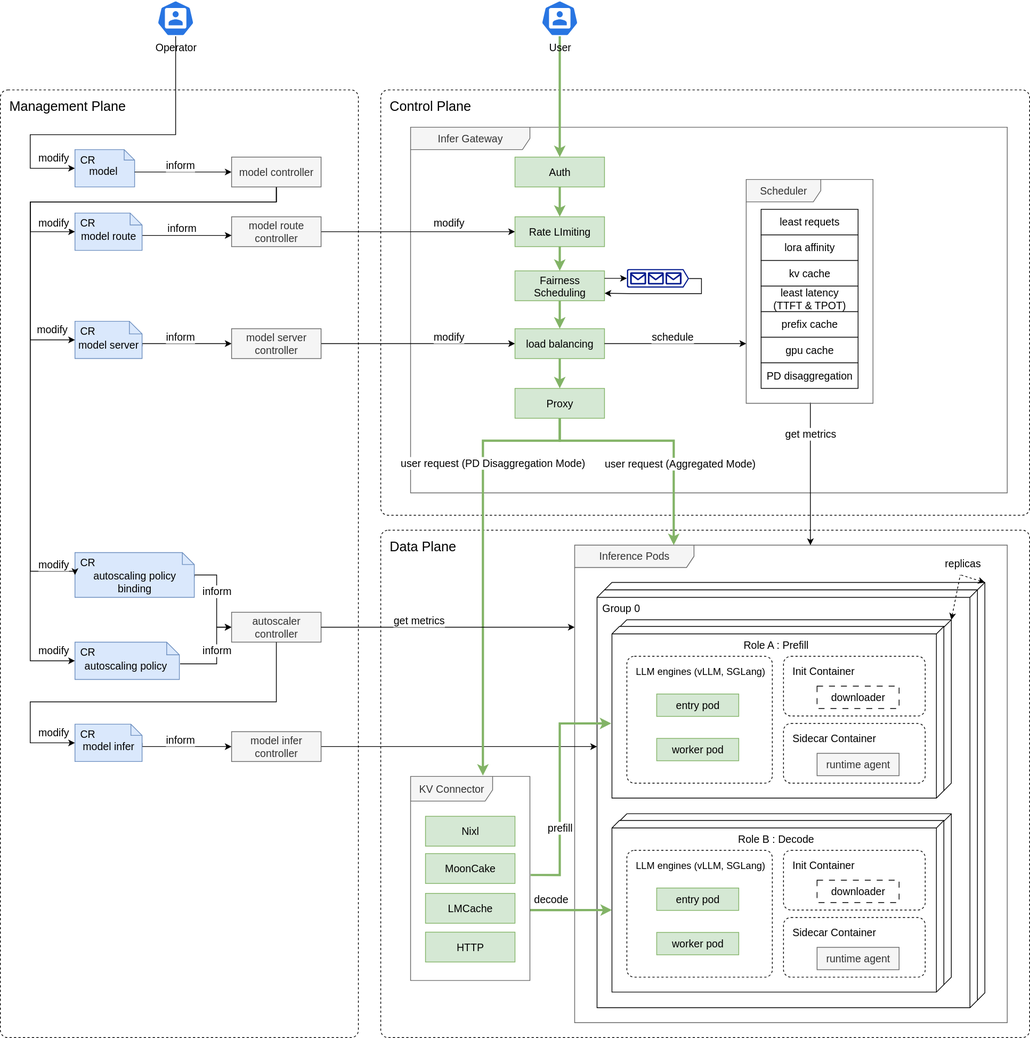
Before: docs/matrixinfer/static/img/diagrams/architecture/architecture_overview.svg, a diagram exported from draw.io (matrixinfer-ai/kthena). Source tidied: cells renumbered, new cells last; positions are measured from the earlier drawing's top-left corner, leaving out a move shared by most shapes.
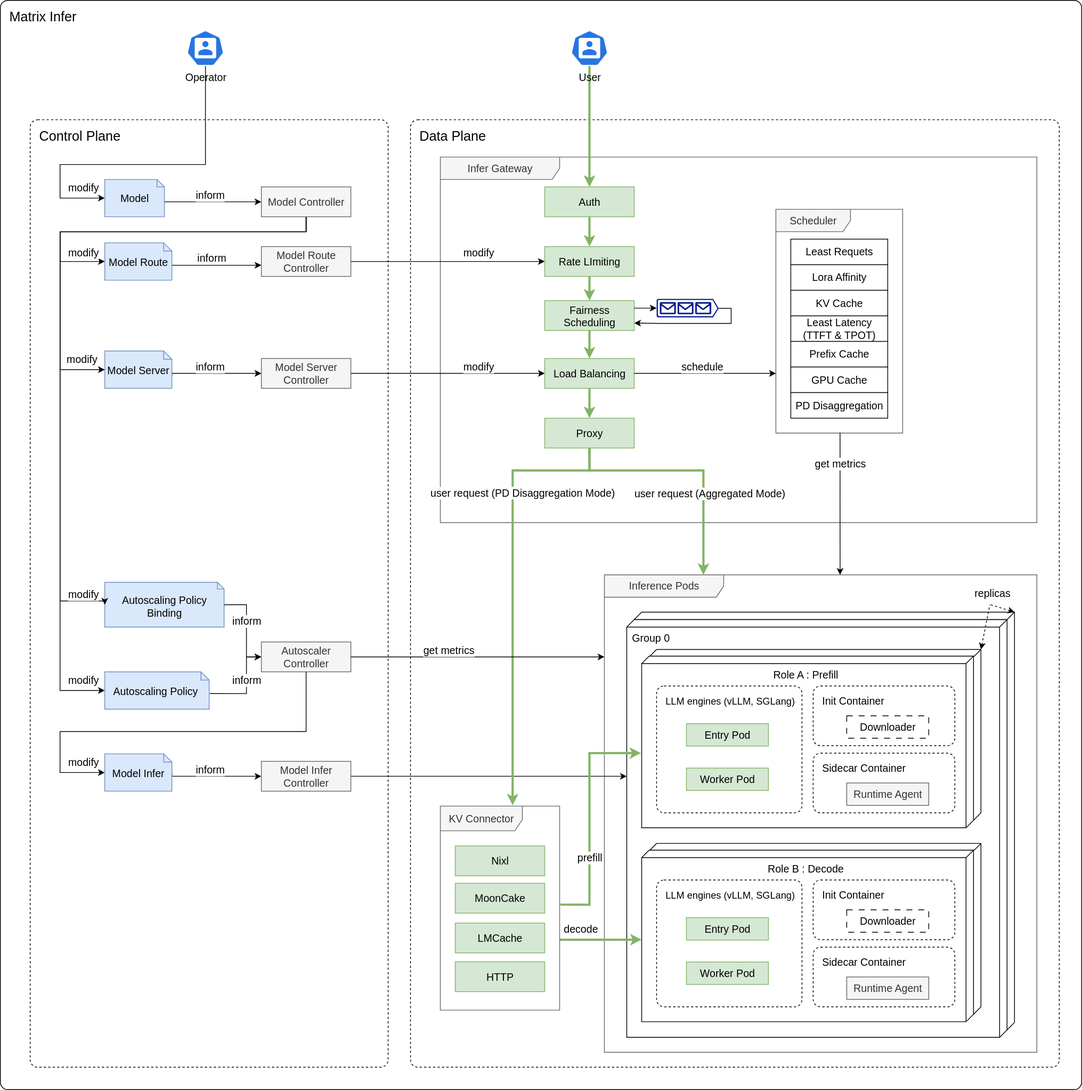
The same diagram one commit later.

Commit message:
camel case for diagram

Change to the diagram source:
```diff
@@ -4,8 +4,11 @@
     <mxCell id="1" parent="0" />
+    <mxCell id="121" value="&lt;font style=&quot;font-size: 18px;&quot;&gt;Matrix Infer&lt;/font&gt;" style="rounded=1;absoluteArcSize=1;arcSize=20;html=1;verticalAlign=top;align=left;spacingTop=5;spacingLeft=10;whiteSpace=wrap;fontSize=14;" parent="1" vertex="1">
+      <mxGeometry x="-40" y="-40" width="1450" height="1460" as="geometry" />
+    </mxCell>
+    <mxCell id="5" value="&lt;font style=&quot;font-size: 18px;&quot;&gt;Data Plane&lt;/font&gt;" style="dashed=1;rounded=1;absoluteArcSize=1;arcSize=20;html=1;verticalAlign=top;align=left;spacingTop=5;spacingLeft=10;whiteSpace=wrap;fontSize=14;" parent="1" vertex="1">
+      <mxGeometry x="510" y="120" width="870" height="1270" as="geometry" />
+    </mxCell>
-    <mxCell id="2" value="&lt;font style=&quot;font-size: 18px;&quot;&gt;Management Plane&lt;/font&gt;" style="dashed=1;rounded=1;absoluteArcSize=1;arcSize=20;html=1;verticalAlign=top;align=left;spacingTop=5;spacingLeft=10;whiteSpace=wrap;fontSize=14;" parent="1" vertex="1">
+    <mxCell id="2" value="&lt;font style=&quot;font-size: 18px;&quot;&gt;Control Plane&lt;/font&gt;" style="dashed=1;rounded=1;absoluteArcSize=1;arcSize=20;html=1;verticalAlign=top;align=left;spacingTop=5;spacingLeft=10;whiteSpace=wrap;fontSize=14;" parent="1" vertex="1">
       <mxGeometry y="120" width="480" height="1270" as="geometry" />
     </mxCell>
-    <mxCell id="3" value="&lt;font style=&quot;font-size: 18px;&quot;&gt;Control Plane&lt;/font&gt;" style="dashed=1;rounded=1;absoluteArcSize=1;arcSize=20;html=1;verticalAlign=top;align=left;spacingTop=5;spacingLeft=10;whiteSpace=wrap;fontSize=14;" parent="1" vertex="1">
-      <mxGeometry x="510" y="120" width="870" height="570" as="geometry" />
-    </mxCell>
     <mxCell id="4" value="Infer Gateway" style="shape=umlFrame;whiteSpace=wrap;html=1;width=160;fillStyle=solid;fillColor=#f5f5f5;fontColor=#333333;strokeColor=#666666;fontSize=14;" parent="1" vertex="1">
@@ -13,5 +16,2 @@
     </mxCell>
-    <mxCell id="5" value="&lt;font style=&quot;font-size: 18px;&quot;&gt;Data Plane&lt;/font&gt;" style="dashed=1;rounded=1;absoluteArcSize=1;arcSize=20;html=1;verticalAlign=top;align=left;spacingTop=5;spacingLeft=10;whiteSpace=wrap;fontSize=14;" parent="1" vertex="1">
-      <mxGeometry x="510" y="710" width="870" height="680" as="geometry" />
-    </mxCell>
     <mxCell id="6" value="Inference Pods" style="shape=umlFrame;whiteSpace=wrap;html=1;width=160;fillColor=#f5f5f5;fontColor=#333333;strokeColor=#666666;fontSize=14;" parent="1" vertex="1">
@@ -37,3 +37,3 @@
     </mxCell>
-    <mxCell id="13" value="downloader" style="html=1;align=center;verticalAlign=middle;dashed=1;whiteSpace=wrap;dashPattern=8 8;fontSize=14;" parent="6" vertex="1">
+    <mxCell id="13" value="Downloader" style="html=1;align=center;verticalAlign=middle;dashed=1;whiteSpace=wrap;dashPattern=8 8;fontSize=14;" parent="6" vertex="1">
       <mxGeometry x="325" y="189" width="110" height="30" as="geometry" />
@@ -43,9 +43,9 @@
     </mxCell>
-    <mxCell id="15" value="entry pod" style="html=1;align=center;verticalAlign=middle;dashed=0;whiteSpace=wrap;fillColor=#d5e8d4;strokeColor=#82b366;fontSize=14;" parent="6" vertex="1">
+    <mxCell id="15" value="Entry Pod" style="html=1;align=center;verticalAlign=middle;dashed=0;whiteSpace=wrap;fillColor=#d5e8d4;strokeColor=#82b366;fontSize=14;" parent="6" vertex="1">
       <mxGeometry x="110" y="199.5" width="110" height="30" as="geometry" />
     </mxCell>
-    <mxCell id="16" value="worker pod" style="html=1;align=center;verticalAlign=middle;dashed=0;whiteSpace=wrap;fillColor=#d5e8d4;strokeColor=#82b366;fontSize=14;" parent="6" vertex="1">
+    <mxCell id="16" value="Worker Pod" style="html=1;align=center;verticalAlign=middle;dashed=0;whiteSpace=wrap;fillColor=#d5e8d4;strokeColor=#82b366;fontSize=14;" parent="6" vertex="1">
       <mxGeometry x="110" y="259" width="110" height="30" as="geometry" />
     </mxCell>
-    <mxCell id="17" value="runtime agent" style="html=1;align=center;verticalAlign=middle;dashed=0;whiteSpace=wrap;fillColor=#f5f5f5;fontColor=#333333;strokeColor=#666666;fontSize=14;" parent="6" vertex="1">
+    <mxCell id="17" value="Runtime Agent" style="html=1;align=center;verticalAlign=middle;dashed=0;whiteSpace=wrap;fillColor=#f5f5f5;fontColor=#333333;strokeColor=#666666;fontSize=14;" parent="6" vertex="1">
       <mxGeometry x="325" y="279" width="110" height="30" as="geometry" />
@@ -64,3 +64,3 @@
     </mxCell>
-    <mxCell id="22" value="downloader" style="html=1;align=center;verticalAlign=middle;dashed=1;whiteSpace=wrap;dashPattern=8 8;fontSize=14;" parent="6" vertex="1">
+    <mxCell id="22" value="Downloader" style="html=1;align=center;verticalAlign=middle;dashed=1;whiteSpace=wrap;dashPattern=8 8;fontSize=14;" parent="6" vertex="1">
       <mxGeometry x="325" y="449" width="110" height="30" as="geometry" />
@@ -70,9 +70,9 @@
     </mxCell>
-    <mxCell id="24" value="entry pod" style="html=1;align=center;verticalAlign=middle;dashed=0;whiteSpace=wrap;fillColor=#d5e8d4;strokeColor=#82b366;fontSize=14;" parent="6" vertex="1">
+    <mxCell id="24" value="Entry Pod" style="html=1;align=center;verticalAlign=middle;dashed=0;whiteSpace=wrap;fillColor=#d5e8d4;strokeColor=#82b366;fontSize=14;" parent="6" vertex="1">
       <mxGeometry x="110" y="459.5" width="110" height="30" as="geometry" />
     </mxCell>
-    <mxCell id="25" value="worker pod" style="html=1;align=center;verticalAlign=middle;dashed=0;whiteSpace=wrap;fillColor=#d5e8d4;strokeColor=#82b366;fontSize=14;" parent="6" vertex="1">
+    <mxCell id="25" value="Worker Pod" style="html=1;align=center;verticalAlign=middle;dashed=0;whiteSpace=wrap;fillColor=#d5e8d4;strokeColor=#82b366;fontSize=14;" parent="6" vertex="1">
       <mxGeometry x="110" y="519" width="110" height="30" as="geometry" />
     </mxCell>
-    <mxCell id="26" value="runtime agent" style="html=1;align=center;verticalAlign=middle;dashed=0;whiteSpace=wrap;fillColor=#f5f5f5;fontColor=#333333;strokeColor=#666666;fontSize=14;" parent="6" vertex="1">
+    <mxCell id="26" value="Runtime Agent" style="html=1;align=center;verticalAlign=middle;dashed=0;whiteSpace=wrap;fillColor=#f5f5f5;fontColor=#333333;strokeColor=#666666;fontSize=14;" parent="6" vertex="1">
       <mxGeometry x="325" y="539" width="110" height="30" as="geometry" />
@@ -93,3 +93,3 @@
     </mxCell>
-    <mxCell id="31" value="model route&lt;div&gt;controller&lt;/div&gt;" style="fontStyle=0;html=1;whiteSpace=wrap;fillColor=#f5f5f5;fontColor=#333333;strokeColor=#666666;fontSize=14;" parent="1" vertex="1">
+    <mxCell id="31" value="Model Route&lt;div&gt;Controller&lt;/div&gt;" style="fontStyle=0;html=1;whiteSpace=wrap;fillColor=#f5f5f5;fontColor=#333333;strokeColor=#666666;fontSize=14;" parent="1" vertex="1">
       <mxGeometry x="310" y="290" width="120" height="40" as="geometry" />
@@ -108,8 +108,5 @@
     </mxCell>
-    <mxCell id="34" value="autoscaling policy binding" style="shape=note2;boundedLbl=1;whiteSpace=wrap;html=1;size=16;verticalAlign=top;align=center;fillColor=#dae8fc;strokeColor=#6c8ebf;fontSize=14;" parent="1" vertex="1">
+    <mxCell id="34" value="Autoscaling Policy Binding" style="shape=note2;boundedLbl=1;whiteSpace=wrap;html=1;size=9;verticalAlign=top;align=center;fillColor=#dae8fc;strokeColor=#6c8ebf;fontSize=14;" parent="1" vertex="1">
       <mxGeometry x="100" y="740" width="160" height="60" as="geometry" />
     </mxCell>
-    <mxCell id="35" value="CR" style="strokeColor=none;fillColor=none;align=left;spacingLeft=5;fontSize=14;" parent="34" vertex="1">
-      <mxGeometry width="160" height="25" relative="1" as="geometry" />
-    </mxCell>
     <mxCell id="36" style="edgeStyle=orthogonalEdgeStyle;rounded=0;jettySize=auto;html=1;exitX=1.007;exitY=0.583;exitDx=0;exitDy=0;exitPerimeter=0;entryX=0;entryY=0.5;entryDx=0;entryDy=0;fontSize=14;" parent="1" edge="1" source="38" target="86">
@@ -127,8 +124,5 @@
     </mxCell>
-    <mxCell id="38" value="autoscaling policy&amp;nbsp;" style="shape=note2;boundedLbl=1;whiteSpace=wrap;html=1;size=17;verticalAlign=top;align=center;fillColor=#dae8fc;strokeColor=#6c8ebf;fontSize=14;" parent="1" vertex="1">
+    <mxCell id="38" value="Autoscaling Policy&amp;nbsp;" style="shape=note2;boundedLbl=1;whiteSpace=wrap;html=1;size=11;verticalAlign=top;align=center;fillColor=#dae8fc;strokeColor=#6c8ebf;fontSize=14;" parent="1" vertex="1">
       <mxGeometry x="100" y="860" width="140" height="50" as="geometry" />
     </mxCell>
-    <mxCell id="39" value="CR" style="strokeColor=none;fillColor=none;align=left;spacingLeft=5;fontSize=14;" parent="38" vertex="1">
-      <mxGeometry width="140" height="25" relative="1" as="geometry" />
-    </mxCell>
     <mxCell id="40" style="edgeStyle=orthogonalEdgeStyle;rounded=0;jettySize=auto;html=1;fontSize=14;" parent="1" edge="1" source="42">
@@ -146,8 +140,5 @@
     </mxCell>
-    <mxCell id="42" value="model route" style="shape=note2;boundedLbl=1;whiteSpace=wrap;html=1;size=16;verticalAlign=top;align=center;fillColor=#dae8fc;strokeColor=#6c8ebf;fontSize=14;" parent="1" vertex="1">
+    <mxCell id="42" value="Model Route" style="shape=note2;boundedLbl=1;whiteSpace=wrap;html=1;size=11;verticalAlign=top;align=center;fillColor=#dae8fc;strokeColor=#6c8ebf;fontSize=14;" parent="1" vertex="1">
       <mxGeometry x="100" y="285" width="90" height="50" as="geometry" />
     </mxCell>
-    <mxCell id="43" value="CR" style="strokeColor=none;fillColor=none;align=left;spacingLeft=5;fontSize=14;" parent="42" vertex="1">
-      <mxGeometry width="90" height="25" relative="1" as="geometry" />
-    </mxCell>
     <mxCell id="44" style="edgeStyle=orthogonalEdgeStyle;rounded=0;jettySize=auto;html=1;exitX=0;exitY=0;exitDx=90;exitDy=33.5;exitPerimeter=0;entryX=0;entryY=0.5;entryDx=0;entryDy=0;fontSize=14;" parent="1" edge="1" source="46" target="85">
@@ -164,8 +155,5 @@
     </mxCell>
-    <mxCell id="46" value="model server" style="shape=note2;boundedLbl=1;whiteSpace=wrap;html=1;size=17;verticalAlign=top;align=center;fillColor=#dae8fc;strokeColor=#6c8ebf;fontSize=14;" parent="1" vertex="1">
+    <mxCell id="46" value="Model Server" style="shape=note2;boundedLbl=1;whiteSpace=wrap;html=1;size=11;verticalAlign=top;align=center;fillColor=#dae8fc;strokeColor=#6c8ebf;fontSize=14;" parent="1" vertex="1">
       <mxGeometry x="100" y="430" width="90" height="50" as="geometry" />
     </mxCell>
-    <mxCell id="47" value="CR" style="strokeColor=none;fillColor=none;align=left;spacingLeft=5;fontSize=14;" parent="46" vertex="1">
-      <mxGeometry width="90" height="25" relative="1" as="geometry" />
-    </mxCell>
     <mxCell id="48" style="edgeStyle=orthogonalEdgeStyle;rounded=0;jettySize=auto;html=1;exitX=1;exitY=0.5;exitDx=0;exitDy=0;fontSize=14;" parent="1" edge="1" source="84">
@@ -178,4 +166,5 @@
     </mxCell>
-    <mxCell id="49" style="edgeStyle=orthogonalEdgeStyle;rounded=0;jettySize=auto;html=1;exitX=0.5;exitY=1;exitDx=0;exitDy=0;entryX=0;entryY=1;entryDx=0;entryDy=0;fontSize=14;" parent="1" edge="1" source="79" target="39">
+    <mxCell id="49" style="edgeStyle=orthogonalEdgeStyle;rounded=0;jettySize=auto;html=1;exitX=0.5;exitY=1;exitDx=0;exitDy=0;entryX=0;entryY=1;entryDx=0;entryDy=0;fontSize=14;" parent="1" edge="1" source="79">
       <mxGeometry relative="1" as="geometry">
+        <mxPoint x="100" y="885" as="targetPoint" />
         <Array as="points">
@@ -327,8 +316,5 @@
     </mxCell>
-    <mxCell id="75" value="model&amp;nbsp;" style="shape=note2;boundedLbl=1;whiteSpace=wrap;html=1;size=14;verticalAlign=top;align=center;fillColor=#dae8fc;strokeColor=#6c8ebf;fontSize=14;" parent="1" vertex="1">
+    <mxCell id="75" value="Model" style="shape=note2;boundedLbl=1;whiteSpace=wrap;html=1;size=10;verticalAlign=top;align=center;fillColor=#dae8fc;strokeColor=#6c8ebf;fontSize=14;" parent="1" vertex="1">
       <mxGeometry x="100" y="200" width="80" height="50" as="geometry" />
     </mxCell>
-    <mxCell id="76" value="CR" style="strokeColor=none;fillColor=none;align=left;spacingLeft=5;fontSize=14;" parent="75" vertex="1">
-      <mxGeometry width="80" height="25" relative="1" as="geometry" />
-    </mxCell>
     <mxCell id="77" style="edgeStyle=orthogonalEdgeStyle;rounded=0;jettySize=auto;html=1;entryX=0;entryY=0.5;entryDx=0;entryDy=0;fontSize=14;" parent="1" edge="1" source="75" target="79">
@@ -346,7 +332,8 @@
     </mxCell>
-    <mxCell id="79" value="model controller" style="fontStyle=0;html=1;whiteSpace=wrap;fillColor=#f5f5f5;fontColor=#333333;strokeColor=#666666;fontSize=14;" parent="1" vertex="1">
+    <mxCell id="79" value="Model Controller" style="fontStyle=0;html=1;whiteSpace=wrap;fillColor=#f5f5f5;fontColor=#333333;strokeColor=#666666;fontSize=14;" parent="1" vertex="1">
       <mxGeometry x="310" y="210" width="120" height="40" as="geometry" />
     </mxCell>
-    <mxCell id="80" style="edgeStyle=orthogonalEdgeStyle;rounded=0;jettySize=auto;html=1;exitX=1;exitY=1;exitDx=0;exitDy=0;entryX=0;entryY=0.5;entryDx=0;entryDy=0;fontSize=14;" parent="1" edge="1" source="83" target="84">
+    <mxCell id="80" style="edgeStyle=orthogonalEdgeStyle;rounded=0;jettySize=auto;html=1;exitX=1;exitY=1;exitDx=0;exitDy=0;entryX=0;entryY=0.5;entryDx=0;entryDy=0;fontSize=14;" parent="1" edge="1" target="84">
       <mxGeometry relative="1" as="geometry">
+        <mxPoint x="190" y="995" as="sourcePoint" />
         <Array as="points">
@@ -362,15 +349,12 @@
     </mxCell>
-    <mxCell id="82" value="model infer" style="shape=note2;boundedLbl=1;whiteSpace=wrap;html=1;size=15;verticalAlign=top;align=center;fillColor=#dae8fc;strokeColor=#6c8ebf;fontSize=14;" parent="1" vertex="1">
+    <mxCell id="82" value="Model Infer" style="shape=note2;boundedLbl=1;whiteSpace=wrap;html=1;size=11;verticalAlign=top;align=center;fillColor=#dae8fc;strokeColor=#6c8ebf;fontSize=14;" parent="1" vertex="1">
       <mxGeometry x="100" y="970" width="90" height="50" as="geometry" />
     </mxCell>
-    <mxCell id="83" value="CR" style="strokeColor=none;fillColor=none;align=left;spacingLeft=5;fontSize=14;" parent="82" vertex="1">
-      <mxGeometry width="90" height="25" relative="1" as="geometry" />
-    </mxCell>
-    <mxCell id="84" value="model infer controller" style="fontStyle=0;html=1;whiteSpace=wrap;fillColor=#f5f5f5;fontColor=#333333;strokeColor=#666666;fontSize=14;" parent="1" vertex="1">
+    <mxCell id="84" value="Model Infer Controller" style="fontStyle=0;html=1;whiteSpace=wrap;fillColor=#f5f5f5;fontColor=#333333;strokeColor=#666666;fontSize=14;" parent="1" vertex="1">
       <mxGeometry x="310" y="980" width="120" height="40" as="geometry" />
     </mxCell>
-    <mxCell id="85" value="model server controller" style="fontStyle=0;html=1;whiteSpace=wrap;fillColor=#f5f5f5;fontColor=#333333;strokeColor=#666666;fontSize=14;" parent="1" vertex="1">
+    <mxCell id="85" value="Model Server Controller" style="fontStyle=0;html=1;whiteSpace=wrap;fillColor=#f5f5f5;fontColor=#333333;strokeColor=#666666;fontSize=14;" parent="1" vertex="1">
       <mxGeometry x="310" y="440" width="120" height="40" as="geometry" />
     </mxCell>
-    <mxCell id="86" value="autoscaler controller" style="fontStyle=0;html=1;whiteSpace=wrap;fillColor=#f5f5f5;fontColor=#333333;strokeColor=#666666;fontSize=14;" parent="1" vertex="1">
+    <mxCell id="86" value="Autoscaler Controller" style="fontStyle=0;html=1;whiteSpace=wrap;fillColor=#f5f5f5;fontColor=#333333;strokeColor=#666666;fontSize=14;" parent="1" vertex="1">
       <mxGeometry x="310" y="820" width="120" height="40" as="geometry" />
@@ -400,3 +384,3 @@
     </mxCell>
-    <mxCell id="92" value="load balancing" style="fontStyle=0;html=1;whiteSpace=wrap;fillColor=#d5e8d4;strokeColor=#82b366;fontSize=14;" parent="1" vertex="1">
+    <mxCell id="92" value="Load Balancing" style="fontStyle=0;html=1;whiteSpace=wrap;fillColor=#d5e8d4;strokeColor=#82b366;fontSize=14;" parent="1" vertex="1">
       <mxGeometry x="690" y="440" width="120" height="40" as="geometry" />
@@ -412,21 +396,21 @@
     </mxCell>
-    <mxCell id="96" value="least requets" style="fontStyle=0;html=1;whiteSpace=wrap;fontSize=14;" parent="95" vertex="1">
+    <mxCell id="96" value="Least Requets" style="fontStyle=0;html=1;whiteSpace=wrap;fontSize=14;" parent="95" vertex="1">
       <mxGeometry width="130" height="34.3" as="geometry" />
     </mxCell>
-    <mxCell id="97" value="lora affinity" style="fontStyle=0;html=1;whiteSpace=wrap;fontSize=14;" parent="95" vertex="1">
+    <mxCell id="97" value="Lora Affinity" style="fontStyle=0;html=1;whiteSpace=wrap;fontSize=14;" parent="95" vertex="1">
       <mxGeometry y="34.3" width="130" height="34.3" as="geometry" />
     </mxCell>
-    <mxCell id="98" value="kv cache" style="fontStyle=0;html=1;whiteSpace=wrap;fontSize=14;" parent="95" vertex="1">
+    <mxCell id="98" value="KV Cache" style="fontStyle=0;html=1;whiteSpace=wrap;fontSize=14;" parent="95" vertex="1">
       <mxGeometry y="68.6" width="130" height="34.3" as="geometry" />
     </mxCell>
-    <mxCell id="99" value="least latency&lt;div&gt;(TTFT &amp;amp; TPOT)&lt;/div&gt;" style="fontStyle=0;html=1;whiteSpace=wrap;fontSize=14;" parent="95" vertex="1">
+    <mxCell id="99" value="Least Latency&lt;div&gt;(TTFT &amp;amp; TPOT)&lt;/div&gt;" style="fontStyle=0;html=1;whiteSpace=wrap;fontSize=14;" parent="95" vertex="1">
       <mxGeometry y="102.9" width="130" height="34.3" as="geometry" />
     </mxCell>
-    <mxCell id="100" value="prefix cache" style="fontStyle=0;html=1;whiteSpace=wrap;fontSize=14;" parent="95" vertex="1">
+    <mxCell id="100" value="Prefix Cache" style="fontStyle=0;html=1;whiteSpace=wrap;fontSize=14;" parent="95" vertex="1">
       <mxGeometry y="137.1" width="130" height="34.3" as="geometry" />
     </mxCell>
-    <mxCell id="101" value="gpu cache" style="fontStyle=0;html=1;whiteSpace=wrap;fontSize=14;" parent="95" vertex="1">
+    <mxCell id="101" value="GPU Cache" style="fontStyle=0;html=1;whiteSpace=wrap;fontSize=14;" parent="95" vertex="1">
       <mxGeometry y="171.4" width="130" height="34.3" as="geometry" />
     </mxCell>
-    <mxCell id="102" value="PD disaggregation" style="fontStyle=0;html=1;whiteSpace=wrap;fontSize=14;" parent="95" vertex="1">
+    <mxCell id="102" value="PD Disaggregation" style="fontStyle=0;html=1;whiteSpace=wrap;fontSize=14;" parent="95" vertex="1">
       <mxGeometry y="205.7" width="130" height="34.3" as="geometry" />
```
